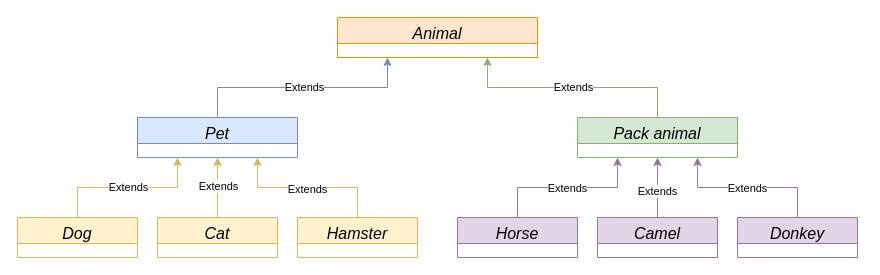
Above: diagram.drawio in Makropulas/Final_control_work (draw.io), before the change. Source tidied: cells renumbered, new cells numbered last; positions are measured from the earlier drawing's top-left corner, leaving out a move shared by most shapes. Both pictures are drawn from the tidied source at 100%, with x=0, y=0 at pixel (17, 17).
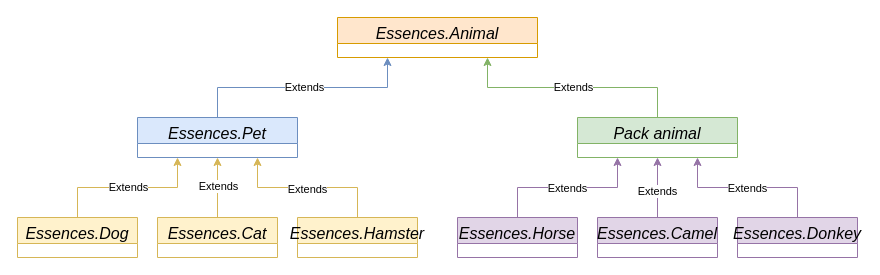
The same page after the edit.

The edit, as a diff of the source:
```diff
@@
-    <mxCell id="2" value="Animal" style="swimlane;fontStyle=2;align=center;verticalAlign=top;horizontal=1;startSize=26;rounded=0;shadow=0;strokeWidth=1;fontSize=16;fillColor=#ffe6cc;strokeColor=#d79b00;" parent="1" vertex="1">
+    <mxCell id="2" value="Essences.Animal" style="swimlane;fontStyle=2;align=center;verticalAlign=top;horizontal=1;startSize=26;rounded=0;shadow=0;strokeWidth=1;fontSize=16;fillColor=#ffe6cc;strokeColor=#d79b00;" parent="1" vertex="1">
       <mxGeometry x="320" width="200" height="40" as="geometry" />
     </mxCell>
@@
-    <mxCell id="5" value="Pet" style="swimlane;fontStyle=2;align=center;verticalAlign=top;horizontal=1;startSize=26;rounded=0;shadow=0;strokeWidth=1;fontSize=16;fillColor=#dae8fc;strokeColor=#6c8ebf;" parent="1" vertex="1">
+    <mxCell id="5" value="Essences.Pet" style="swimlane;fontStyle=2;align=center;verticalAlign=top;horizontal=1;startSize=26;rounded=0;shadow=0;strokeWidth=1;fontSize=16;fillColor=#dae8fc;strokeColor=#6c8ebf;" parent="1" vertex="1">
       <mxGeometry x="120" y="100" width="160" height="40" as="geometry" />
     </mxCell>
@@
-    <mxCell id="11" value="Hamster" style="swimlane;fontStyle=2;align=center;verticalAlign=top;horizontal=1;startSize=26;rounded=0;shadow=0;strokeWidth=1;fontSize=16;fillColor=#fff2cc;strokeColor=#d6b656;" parent="1" vertex="1">
+    <mxCell id="11" value="Essences.Hamster" style="swimlane;fontStyle=2;align=center;verticalAlign=top;horizontal=1;startSize=26;rounded=0;shadow=0;strokeWidth=1;fontSize=16;fillColor=#fff2cc;strokeColor=#d6b656;" parent="1" vertex="1">
       <mxGeometry x="280" y="200" width="120" height="40" as="geometry" />
     </mxCell>
@@
-    <mxCell id="14" value="Cat" style="swimlane;fontStyle=2;align=center;verticalAlign=top;horizontal=1;startSize=26;rounded=0;shadow=0;strokeWidth=1;fontSize=16;fillColor=#fff2cc;strokeColor=#d6b656;" parent="1" vertex="1">
+    <mxCell id="14" value="Essences.Cat" style="swimlane;fontStyle=2;align=center;verticalAlign=top;horizontal=1;startSize=26;rounded=0;shadow=0;strokeWidth=1;fontSize=16;fillColor=#fff2cc;strokeColor=#d6b656;" parent="1" vertex="1">
       <mxGeometry x="140" y="200" width="120" height="40" as="geometry" />
     </mxCell>
@@
-    <mxCell id="17" value="Dog" style="swimlane;fontStyle=2;align=center;verticalAlign=top;horizontal=1;startSize=26;rounded=0;shadow=0;strokeWidth=1;fontSize=16;fillColor=#fff2cc;strokeColor=#d6b656;" parent="1" vertex="1">
+    <mxCell id="17" value="Essences.Dog" style="swimlane;fontStyle=2;align=center;verticalAlign=top;horizontal=1;startSize=26;rounded=0;shadow=0;strokeWidth=1;fontSize=16;fillColor=#fff2cc;strokeColor=#d6b656;" parent="1" vertex="1">
       <mxGeometry y="200" width="120" height="40" as="geometry" />
     </mxCell>
@@
-    <mxCell id="20" value="Camel" style="swimlane;fontStyle=2;align=center;verticalAlign=top;horizontal=1;startSize=26;rounded=0;shadow=0;strokeWidth=1;fontSize=16;fillColor=#e1d5e7;strokeColor=#9673a6;" parent="1" vertex="1">
+    <mxCell id="20" value="Essences.Camel" style="swimlane;fontStyle=2;align=center;verticalAlign=top;horizontal=1;startSize=26;rounded=0;shadow=0;strokeWidth=1;fontSize=16;fillColor=#e1d5e7;strokeColor=#9673a6;" parent="1" vertex="1">
       <mxGeometry x="580" y="200" width="120" height="40" as="geometry" />
     </mxCell>
@@
-    <mxCell id="23" value="Donkey" style="swimlane;fontStyle=2;align=center;verticalAlign=top;horizontal=1;startSize=26;rounded=0;shadow=0;strokeWidth=1;fontSize=16;fillColor=#e1d5e7;strokeColor=#9673a6;" parent="1" vertex="1">
+    <mxCell id="23" value="Essences.Donkey" style="swimlane;fontStyle=2;align=center;verticalAlign=top;horizontal=1;startSize=26;rounded=0;shadow=0;strokeWidth=1;fontSize=16;fillColor=#e1d5e7;strokeColor=#9673a6;" parent="1" vertex="1">
       <mxGeometry x="720" y="200" width="120" height="40" as="geometry" />
     </mxCell>
@@
-    <mxCell id="26" value="Horse" style="swimlane;fontStyle=2;align=center;verticalAlign=top;horizontal=1;startSize=26;rounded=0;shadow=0;strokeWidth=1;fontSize=16;fillColor=#e1d5e7;strokeColor=#9673a6;" parent="1" vertex="1">
+    <mxCell id="26" value="Essences.Horse" style="swimlane;fontStyle=2;align=center;verticalAlign=top;horizontal=1;startSize=26;rounded=0;shadow=0;strokeWidth=1;fontSize=16;fillColor=#e1d5e7;strokeColor=#9673a6;" parent="1" vertex="1">
       <mxGeometry x="440" y="200" width="120" height="40" as="geometry" />
     </mxCell>
```
